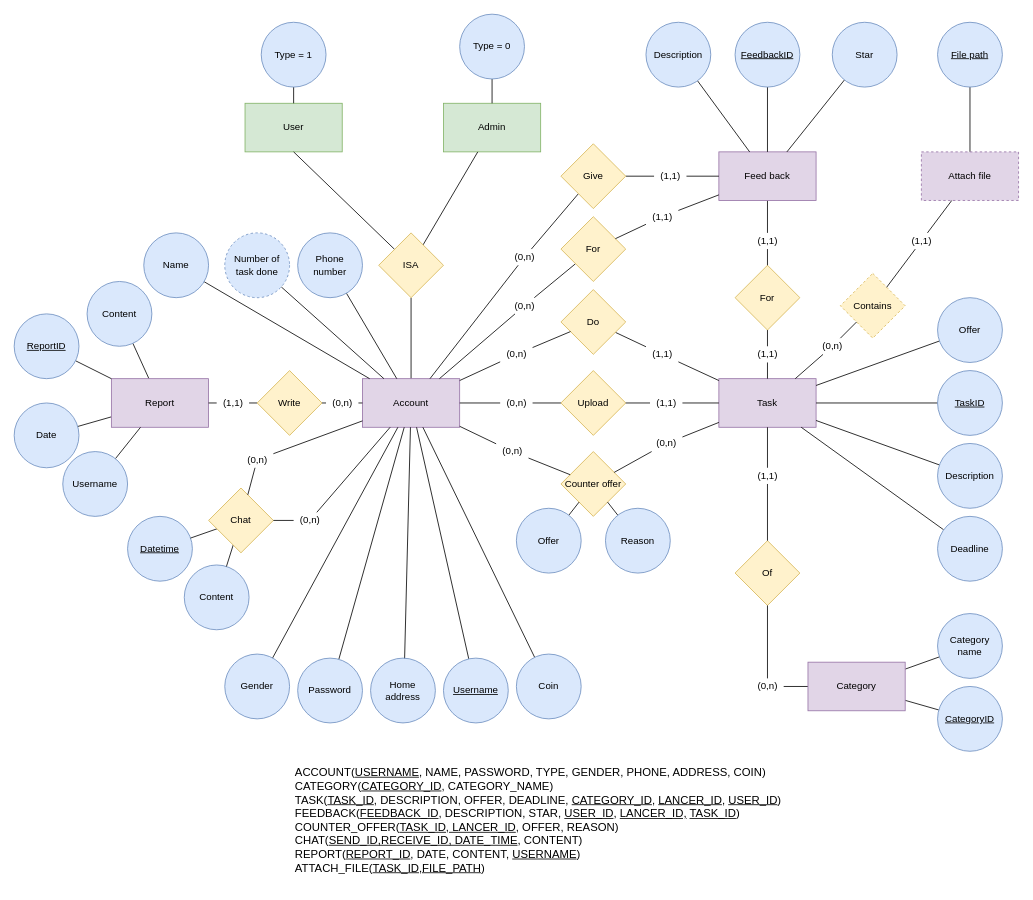
Above: docs/analysis and design/ERD.drawio in phuc16102001/beekey (draw.io), before the change. Source tidied: cells renumbered, new cells numbered last; positions are measured from the earlier drawing's top-left corner, leaving out a move shared by most shapes. Both pictures are drawn from the tidied source at 81%, with x=0, y=0 at pixel (14, 14).
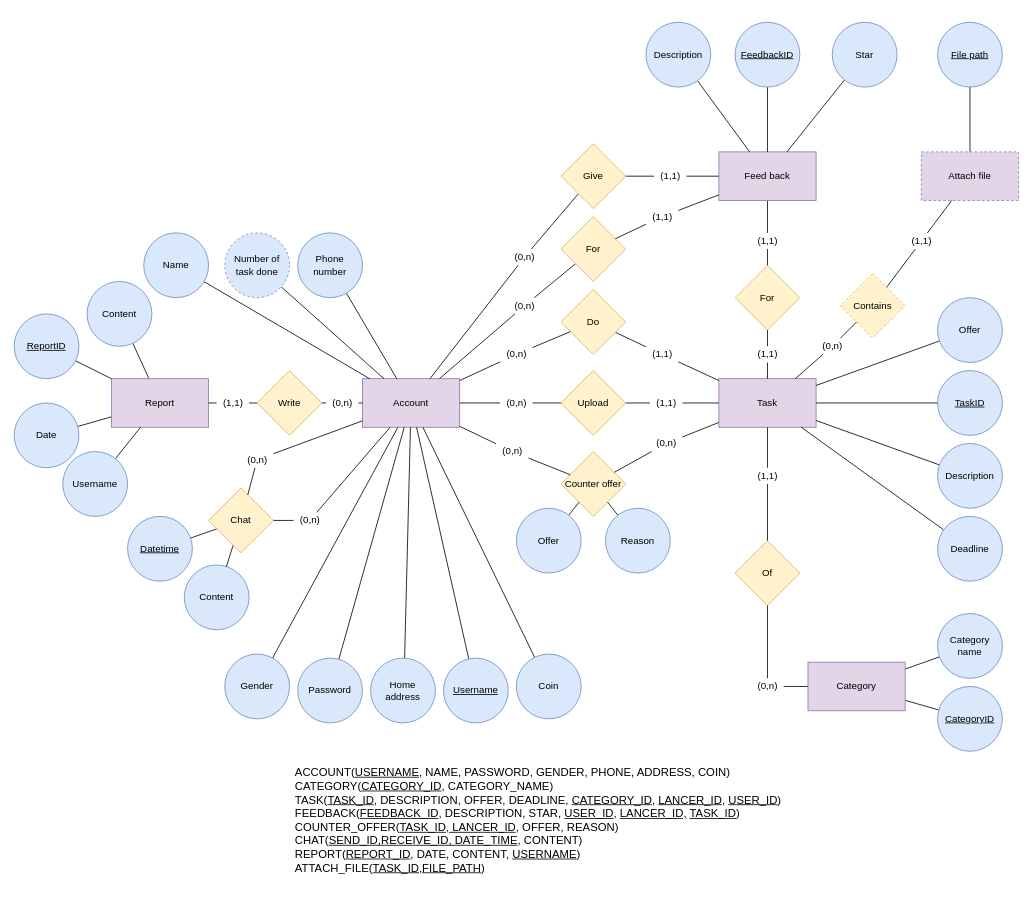
After the change.

Commit message (it also covers changes not shown here):
Remove type of account in ERD + change exitcode of JWT forbidden and wrong old password in password change API

Unchanged cells that the change refers to:
```xml
<mxCell id="7" value="Account" style="rounded=0;whiteSpace=wrap;html=1;fillColor=#e1d5e7;strokeColor=#9673a6;" parent="1" vertex="1">
  <mxGeometry x="430" y="450" width="120" height="60" as="geometry" />
</mxCell>
```

The edit, as a diff of the source:
```diff
@@
-    <mxCell id="2" value="Admin" style="rounded=0;whiteSpace=wrap;html=1;fillColor=#d5e8d4;strokeColor=#82b366;" parent="1" vertex="1">
-      <mxGeometry x="530" y="110" width="120" height="60" as="geometry" />
-    </mxCell>
-    <mxCell id="3" style="edgeStyle=none;rounded=0;jettySize=auto;html=1;endArrow=none;endFill=0;" parent="1" edge="1" source="7" target="11">
-      <mxGeometry relative="1" as="geometry" />
-    </mxCell>
@@
-    <mxCell id="8" value="User" style="rounded=0;whiteSpace=wrap;html=1;fillColor=#d5e8d4;strokeColor=#82b366;" parent="1" vertex="1">
-      <mxGeometry x="285" y="110" width="120" height="60" as="geometry" />
-    </mxCell>
-    <mxCell id="9" style="edgeStyle=none;rounded=0;jettySize=auto;html=1;endArrow=none;endFill=0;" parent="1" edge="1" source="11" target="2">
-      <mxGeometry relative="1" as="geometry" />
-    </mxCell>
-    <mxCell id="10" style="edgeStyle=none;rounded=0;jettySize=auto;html=1;entryX=0.5;entryY=1;entryDx=0;entryDy=0;endArrow=none;endFill=0;" parent="1" edge="1" source="11" target="8">
-      <mxGeometry relative="1" as="geometry" />
-    </mxCell>
-    <mxCell id="11" value="ISA" style="rhombus;whiteSpace=wrap;html=1;fillColor=#fff2cc;strokeColor=#d6b656;" parent="1" vertex="1">
-      <mxGeometry x="450" y="270" width="80" height="80" as="geometry" />
-    </mxCell>
@@
-    <mxCell id="73" value="&lt;p style=&quot;font-size: 14px&quot;&gt;&lt;font style=&quot;font-size: 14px&quot;&gt;ACCOUNT(&lt;u&gt;USERNAME&lt;/u&gt;, NAME, PASSWORD, TYPE, GENDER, PHONE, ADDRESS, COIN)&lt;br&gt;&lt;/font&gt;&lt;font style=&quot;font-size: 14px&quot;&gt;CATEGORY(&lt;u&gt;CATEGORY_ID&lt;/u&gt;, CATEGORY_NAME)&lt;br&gt;&lt;/font&gt;&lt;font style=&quot;font-size: 14px&quot;&gt;TASK(&lt;u&gt;TASK_ID&lt;/u&gt;, DESCRIPTION, OFFER, DEADLINE, &lt;u&gt;CATEGORY_ID&lt;/u&gt;, &lt;u&gt;LANCER_ID&lt;/u&gt;, &lt;u&gt;USER_ID&lt;/u&gt;)&lt;br&gt;&lt;/font&gt;&lt;font style=&quot;font-size: 14px&quot;&gt;FEEDBACK(&lt;u&gt;FEEDBACK_ID&lt;/u&gt;, DESCRIPTION, STAR, &lt;u&gt;USER_ID&lt;/u&gt;, &lt;u&gt;LANCER_ID,&lt;/u&gt; &lt;u&gt;TASK_ID&lt;/u&gt;)&lt;br&gt;&lt;/font&gt;&lt;font style=&quot;font-size: 14px&quot;&gt;COUNTER_OFFER(&lt;u&gt;TASK_ID, LANCER_ID&lt;/u&gt;, OFFER, REASON)&lt;br&gt;&lt;/font&gt;CHAT(&lt;u&gt;SEND_ID,RECEIVE_ID, DATE_TIME&lt;/u&gt;, CONTENT)&lt;br&gt;REPORT(&lt;u&gt;REPORT_ID&lt;/u&gt;, DATE, CONTENT, &lt;u&gt;USERNAME&lt;/u&gt;)&lt;br&gt;ATTACH_FILE(&lt;u style=&quot;font-family: &amp;#34;helvetica&amp;#34; ; white-space: nowrap&quot;&gt;TASK_ID,FILE_PATH&lt;/u&gt;&lt;span style=&quot;font-family: &amp;#34;helvetica&amp;#34; ; white-space: nowrap&quot;&gt;)&lt;/span&gt;&lt;/p&gt;" style="text;html=1;align=left;verticalAlign=middle;" parent="1" vertex="1">
+    <mxCell id="73" value="&lt;p style=&quot;font-size: 14px&quot;&gt;&lt;font style=&quot;font-size: 14px&quot;&gt;ACCOUNT(&lt;u&gt;USERNAME&lt;/u&gt;, NAME, PASSWORD, GENDER, PHONE, ADDRESS, COIN)&lt;br&gt;&lt;/font&gt;&lt;font style=&quot;font-size: 14px&quot;&gt;CATEGORY(&lt;u&gt;CATEGORY_ID&lt;/u&gt;, CATEGORY_NAME)&lt;br&gt;&lt;/font&gt;&lt;font style=&quot;font-size: 14px&quot;&gt;TASK(&lt;u&gt;TASK_ID&lt;/u&gt;, DESCRIPTION, OFFER, DEADLINE, &lt;u&gt;CATEGORY_ID&lt;/u&gt;, &lt;u&gt;LANCER_ID&lt;/u&gt;, &lt;u&gt;USER_ID&lt;/u&gt;)&lt;br&gt;&lt;/font&gt;&lt;font style=&quot;font-size: 14px&quot;&gt;FEEDBACK(&lt;u&gt;FEEDBACK_ID&lt;/u&gt;, DESCRIPTION, STAR, &lt;u&gt;USER_ID&lt;/u&gt;, &lt;u&gt;LANCER_ID,&lt;/u&gt; &lt;u&gt;TASK_ID&lt;/u&gt;)&lt;br&gt;&lt;/font&gt;&lt;font style=&quot;font-size: 14px&quot;&gt;COUNTER_OFFER(&lt;u&gt;TASK_ID, LANCER_ID&lt;/u&gt;, OFFER, REASON)&lt;br&gt;&lt;/font&gt;CHAT(&lt;u&gt;SEND_ID,RECEIVE_ID, DATE_TIME&lt;/u&gt;, CONTENT)&lt;br&gt;REPORT(&lt;u&gt;REPORT_ID&lt;/u&gt;, DATE, CONTENT, &lt;u&gt;USERNAME&lt;/u&gt;)&lt;br&gt;ATTACH_FILE(&lt;u style=&quot;font-family: &amp;#34;helvetica&amp;#34; ; white-space: nowrap&quot;&gt;TASK_ID,FILE_PATH&lt;/u&gt;&lt;span style=&quot;font-family: &amp;#34;helvetica&amp;#34; ; white-space: nowrap&quot;&gt;)&lt;/span&gt;&lt;/p&gt;" style="text;html=1;align=left;verticalAlign=middle;" parent="1" vertex="1">
       <mxGeometry x="345" y="925" width="620" height="140" as="geometry" />
     </mxCell>
@@
-    <mxCell id="86" style="edgeStyle=none;rounded=0;jettySize=auto;html=1;startArrow=none;startFill=0;endArrow=none;endFill=0;" parent="1" edge="1" source="87" target="8">
-      <mxGeometry relative="1" as="geometry" />
-    </mxCell>
-    <mxCell id="87" value="Type = 1" style="ellipse;whiteSpace=wrap;html=1;fillColor=#dae8fc;strokeColor=#6c8ebf;" parent="1" vertex="1">
-      <mxGeometry x="305" y="10" width="80" height="80" as="geometry" />
-    </mxCell>
-    <mxCell id="88" style="edgeStyle=none;rounded=0;jettySize=auto;html=1;startArrow=none;startFill=0;endArrow=none;endFill=0;" parent="1" edge="1" source="89" target="2">
-      <mxGeometry relative="1" as="geometry" />
-    </mxCell>
-    <mxCell id="89" value="Type = 0" style="ellipse;whiteSpace=wrap;html=1;fillColor=#dae8fc;strokeColor=#6c8ebf;" parent="1" vertex="1">
-      <mxGeometry x="550" width="80" height="80" as="geometry" />
-    </mxCell>
```
